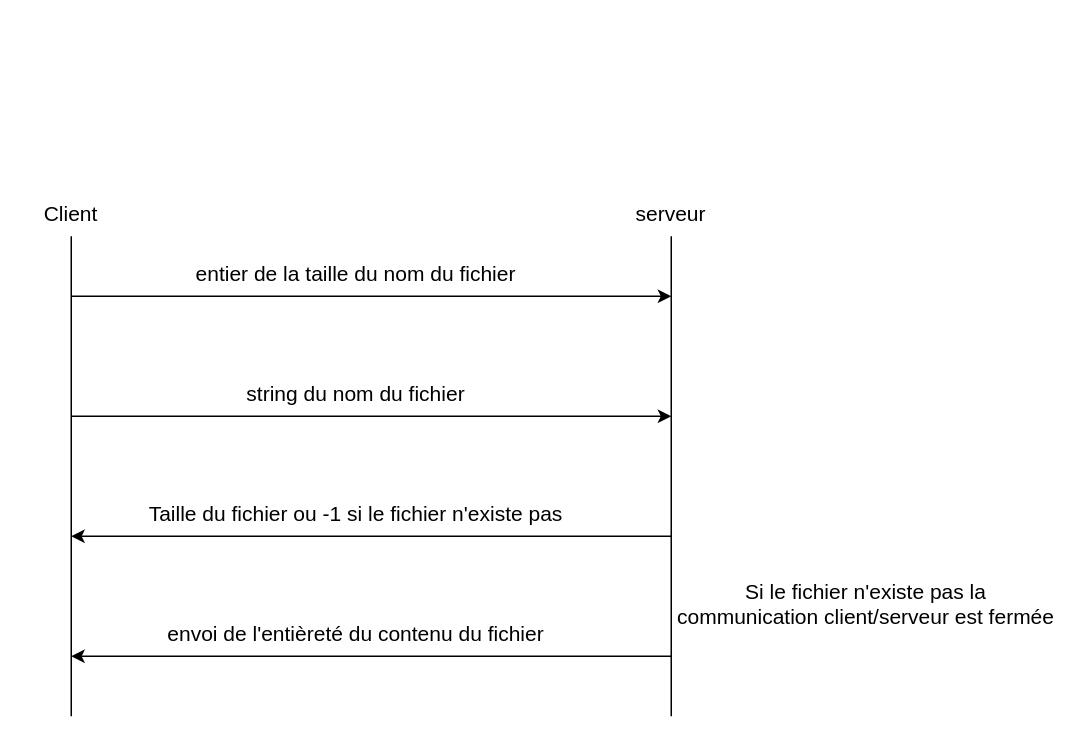
Above: protocolEtape1.drawio in Yalkann/ProjetFTP (draw.io), before the change. Source tidied: cells renumbered, new cells numbered last; positions are measured from the earlier drawing's top-left corner, leaving out a move shared by most shapes. Both pictures are drawn from the tidied source at 150%, with x=0, y=0 at pixel (26, 190).
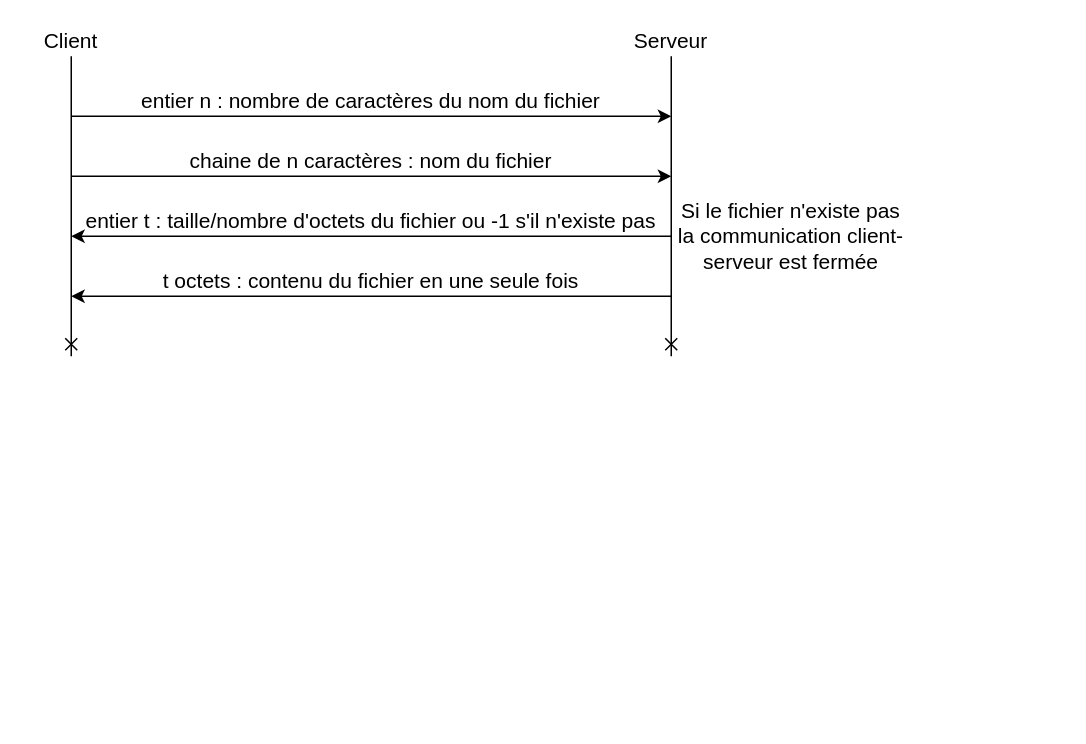
Above is the later version.

Diff of the diagram source:
```diff
@@
-    <mxCell id="2" style="endArrow=none;html=1;rounded=0;" parent="1" edge="1">
+    <mxCell id="2" style="endArrow=none;html=1;rounded=0;startArrow=cross;startFill=0;endFill=0;" parent="1" edge="1">
       <mxGeometry relative="1" as="geometry">
-        <mxPoint x="30" y="350" as="sourcePoint" />
-        <mxPoint x="30" y="30" as="targetPoint" />
+        <mxPoint x="30" y="110" as="sourcePoint" />
+        <mxPoint x="30" y="-90" as="targetPoint" />
       </mxGeometry>
     </mxCell>
-    <mxCell id="3" style="endArrow=none;html=1;rounded=0;" parent="1" edge="1">
+    <mxCell id="3" style="endArrow=none;html=1;rounded=0;endFill=0;startArrow=cross;startFill=0;" parent="1" edge="1">
       <mxGeometry relative="1" as="geometry">
-        <mxPoint x="430" y="350" as="sourcePoint" />
-        <mxPoint x="430" y="30" as="targetPoint" />
+        <mxPoint x="430" y="110" as="sourcePoint" />
+        <mxPoint x="430" y="-90" as="targetPoint" />
       </mxGeometry>
     </mxCell>
     <mxCell id="4" value="&lt;font style=&quot;font-size: 14px&quot;&gt;Client&lt;/font&gt;" style="text;html=1;strokeColor=none;fillColor=none;align=center;verticalAlign=middle;whiteSpace=wrap;rounded=0;" parent="1" vertex="1">
-      <mxGeometry width="60" height="30" as="geometry" />
+      <mxGeometry y="-110" width="60" height="20" as="geometry" />
     </mxCell>
-    <mxCell id="5" value="&lt;font style=&quot;font-size: 14px&quot;&gt;serveur&lt;br&gt;&lt;/font&gt;" style="text;html=1;strokeColor=none;fillColor=none;align=center;verticalAlign=middle;whiteSpace=wrap;rounded=0;" parent="1" vertex="1">
-      <mxGeometry x="400" width="60" height="30" as="geometry" />
+    <mxCell id="5" value="&lt;font style=&quot;font-size: 14px&quot;&gt;Serveur&lt;br&gt;&lt;/font&gt;" style="text;html=1;strokeColor=none;fillColor=none;align=center;verticalAlign=middle;whiteSpace=wrap;rounded=0;" parent="1" vertex="1">
+      <mxGeometry x="400" y="-110" width="60" height="20" as="geometry" />
     </mxCell>
     <mxCell id="6" style="endArrow=classic;html=1;rounded=0;fontSize=14;" parent="1" edge="1">
       <mxGeometry relative="1" as="geometry">
-        <mxPoint x="30" y="70" as="sourcePoint" />
-        <mxPoint x="430" y="70" as="targetPoint" />
+        <mxPoint x="30" y="-50" as="sourcePoint" />
+        <mxPoint x="430" y="-50" as="targetPoint" />
       </mxGeometry>
     </mxCell>
-    <mxCell id="7" value="entier de la taille du nom du fichier" style="text;html=1;strokeColor=none;fillColor=none;align=center;verticalAlign=middle;whiteSpace=wrap;rounded=0;fontSize=14;" parent="1" vertex="1">
-      <mxGeometry x="70" y="40" width="300" height="30" as="geometry" />
+    <mxCell id="7" value="entier n : nombre de caractères du nom du fichier" style="text;html=1;strokeColor=none;fillColor=none;align=center;verticalAlign=middle;whiteSpace=wrap;rounded=0;fontSize=14;" parent="1" vertex="1">
+      <mxGeometry x="30" y="-70" width="400" height="20" as="geometry" />
     </mxCell>
     <mxCell id="8" style="endArrow=classic;html=1;rounded=0;fontSize=14;" parent="1" edge="1">
       <mxGeometry relative="1" as="geometry">
-        <mxPoint x="30" y="150" as="sourcePoint" />
-        <mxPoint x="430" y="150" as="targetPoint" />
+        <mxPoint x="30" y="-10" as="sourcePoint" />
+        <mxPoint x="430" y="-10" as="targetPoint" />
       </mxGeometry>
     </mxCell>
-    <mxCell id="9" value="string du nom du fichier" style="text;html=1;strokeColor=none;fillColor=none;align=center;verticalAlign=middle;whiteSpace=wrap;rounded=0;fontSize=14;" parent="1" vertex="1">
-      <mxGeometry x="70" y="120" width="300" height="30" as="geometry" />
+    <mxCell id="9" value="chaine de n caractères : nom du fichier" style="text;html=1;strokeColor=none;fillColor=none;align=center;verticalAlign=middle;whiteSpace=wrap;rounded=0;fontSize=14;" parent="1" vertex="1">
+      <mxGeometry x="30" y="-30" width="400" height="20" as="geometry" />
     </mxCell>
     <mxCell id="10" style="endArrow=classic;html=1;rounded=0;fontSize=14;" parent="1" edge="1">
       <mxGeometry relative="1" as="geometry">
-        <mxPoint x="430" y="230" as="sourcePoint" />
-        <mxPoint x="30" y="230" as="targetPoint" />
+        <mxPoint x="430" y="30" as="sourcePoint" />
+        <mxPoint x="30" y="30" as="targetPoint" />
       </mxGeometry>
     </mxCell>
-    <mxCell id="11" value="Taille du fichier ou -1 si le fichier n'existe pas" style="text;html=1;strokeColor=none;fillColor=none;align=center;verticalAlign=middle;whiteSpace=wrap;rounded=0;fontSize=14;" parent="1" vertex="1">
-      <mxGeometry x="70" y="200" width="300" height="30" as="geometry" />
+    <mxCell id="11" value="entier t : taille/nombre d'octets du fichier ou -1 s'il n'existe pas" style="text;html=1;strokeColor=none;fillColor=none;align=center;verticalAlign=middle;whiteSpace=wrap;rounded=0;fontSize=14;" parent="1" vertex="1">
+      <mxGeometry x="30" y="10" width="400" height="20" as="geometry" />
     </mxCell>
     <mxCell id="12" style="endArrow=classic;html=1;rounded=0;fontSize=14;" parent="1" edge="1">
       <mxGeometry relative="1" as="geometry">
-        <mxPoint x="430" y="310" as="sourcePoint" />
-        <mxPoint x="30" y="310" as="targetPoint" />
+        <mxPoint x="430" y="70" as="sourcePoint" />
+        <mxPoint x="30" y="70" as="targetPoint" />
       </mxGeometry>
     </mxCell>
-    <mxCell id="13" value="envoi de l'entièreté du contenu du fichier" style="text;html=1;strokeColor=none;fillColor=none;align=center;verticalAlign=middle;whiteSpace=wrap;rounded=0;fontSize=14;" parent="1" vertex="1">
-      <mxGeometry x="75" y="280" width="290" height="30" as="geometry" />
+    <mxCell id="13" value="t octets : contenu du fichier en une seule fois" style="text;html=1;strokeColor=none;fillColor=none;align=center;verticalAlign=middle;whiteSpace=wrap;rounded=0;fontSize=14;" parent="1" vertex="1">
+      <mxGeometry x="30" y="50" width="400" height="20" as="geometry" />
     </mxCell>
-    <mxCell id="14" value="Si le fichier n'existe pas la communication client/serveur est fermée" style="text;html=1;strokeColor=none;fillColor=none;align=center;verticalAlign=middle;whiteSpace=wrap;rounded=0;fontSize=14;" parent="1" vertex="1">
-      <mxGeometry x="430" y="260" width="260" height="30" as="geometry" />
+    <mxCell id="14" value="Si le fichier n'existe pas la communication client-serveur est fermée" style="text;html=1;strokeColor=none;fillColor=none;align=center;verticalAlign=middle;whiteSpace=wrap;rounded=0;fontSize=14;" parent="1" vertex="1">
+      <mxGeometry x="430" width="160" height="60" as="geometry" />
     </mxCell>
```
